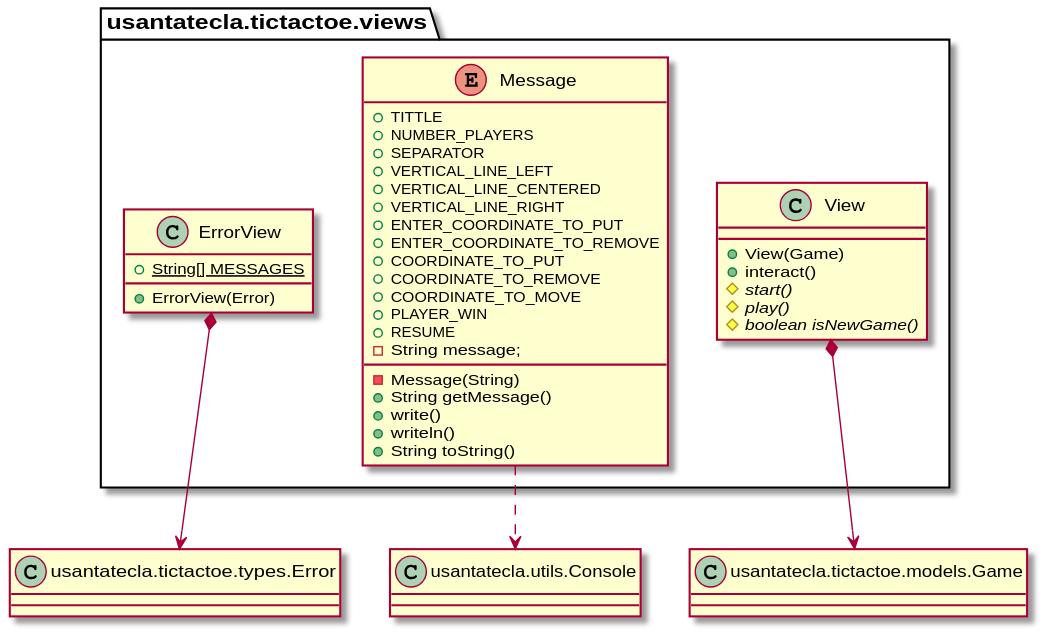
The PlantUML diagram documentView/withFactoryMethod/docs/diagrams/out/paquetes/tictactoe.views.svg in Jolucaa/USantaTecla-project-ticTacToe, before a commit.
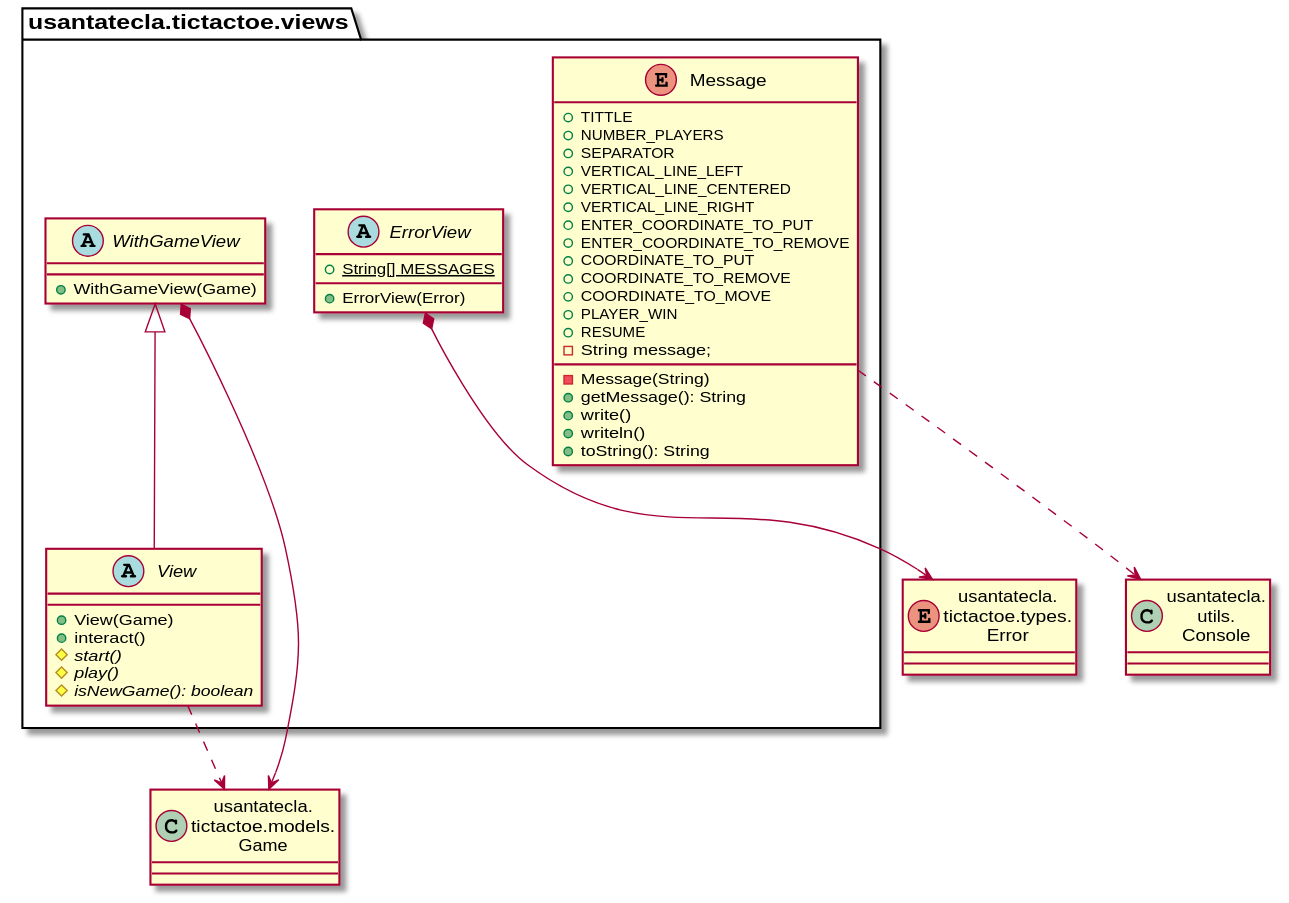
After the change.

The edit, as a diff of the source:
```diff
@@ -1,14 +1,21 @@
 @startuml
-class usantatecla.tictactoe.views.ErrorView {
+class Game as "usantatecla.\ntictactoe.models.\nGame"
+class Console as "usantatecla.\nutils.\nConsole"
+enum Error as "usantatecla.\ntictactoe.types.\nError"
 
+abstract class usantatecla.tictactoe.views.WithGameView {
+	+ WithGameView(Game)
+}
+usantatecla.tictactoe.views.WithGameView *-down-> Game
+
+abstract class usantatecla.tictactoe.views.ErrorView {
 	+ {static} String[] MESSAGES
-
 	+ ErrorView(Error)
-
 }
+usantatecla.tictactoe.views.ErrorView *-down-> Error
 
 enum usantatecla.tictactoe.views.Message {
-    + TITTLE
+	+ TITTLE
 	+ NUMBER_PLAYERS
 	+ SEPARATOR
 	+ VERTICAL_LINE_LEFT
@@ -24,28 +31,20 @@
 	- String message;
 
 	- Message(String)
-	+ String getMessage()
+	+ getMessage(): String
 	+ write()
 	+ writeln()
-	+ String toString()
+	+ toString(): String
+}
+usantatecla.tictactoe.views.Message .down.> Console
 
-}
-
-class usantatecla.tictactoe.views.View {
-
+abstract class usantatecla.tictactoe.views.View {
 	+ View(Game)
 	+ interact()
 	# {abstract} start()
 	# {abstract} play()
-	# {abstract} boolean isNewGame()
-
+	# {abstract} isNewGame(): boolean
 }
-
-class Game as "usantatecla.tictactoe.models.Game"
-class Console as "usantatecla.utils.Console"
-class Error as "usantatecla.tictactoe.types.Error"
-
-usantatecla.tictactoe.views.ErrorView *--> Error
-usantatecla.tictactoe.views.View *--> Game
-usantatecla.tictactoe.views.Message ..> Console
+usantatecla.tictactoe.views.View -up-|> usantatecla.tictactoe.views.WithGameView
+usantatecla.tictactoe.views.View .down.> Game
 @enduml
```
